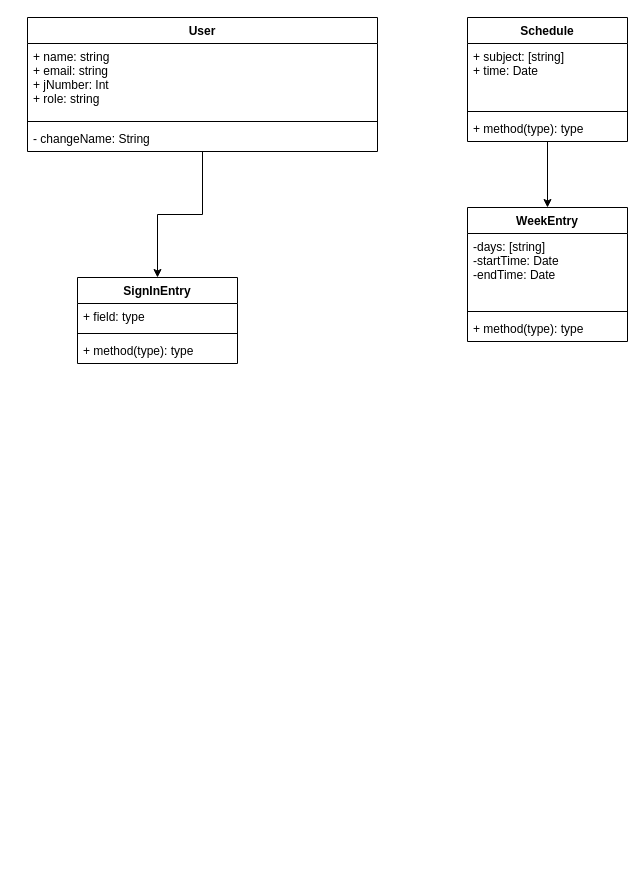
This is page "Page-1" (1 of 3) of umldiagram.drawio from dinaolmelak/Scholars-Academy-Overview, a draw.io file, before an edit. Source tidied: cells renumbered, new cells numbered last; positions are measured from the earlier drawing's top-left corner, leaving out a move shared by most shapes. Both pictures are drawn from the tidied source at 100%, with x=0, y=0 at pixel (27, 17).
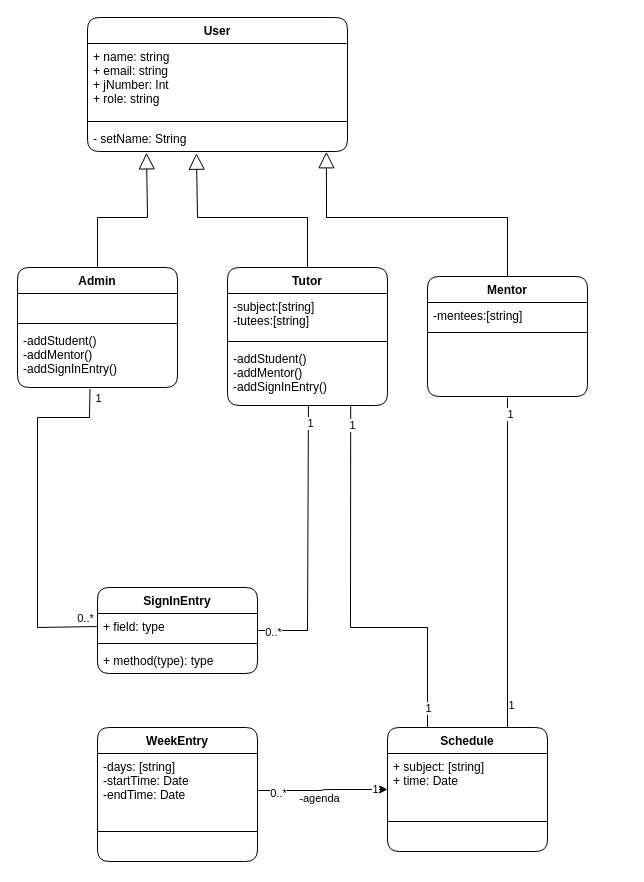
The same page after the edit.

Commit message:
edited class-diagram

Change to the diagram source:
```diff
@@
-    <mxCell id="2" style="edgeStyle=orthogonalEdgeStyle;rounded=0;jettySize=auto;html=1;entryX=0.5;entryY=0;entryDx=0;entryDy=0;" parent="1" edge="1" source="3" target="12">
-      <mxGeometry relative="1" as="geometry" />
-    </mxCell>
-    <mxCell id="3" value="User" style="swimlane;fontStyle=1;align=center;verticalAlign=top;horizontal=1;startSize=26;" parent="1" vertex="1">
-      <mxGeometry width="350" height="134" as="geometry" />
+    <mxCell id="3" value="User" style="swimlane;fontStyle=1;align=center;verticalAlign=top;horizontal=1;startSize=26;rounded=1;" parent="1" vertex="1">
+      <mxGeometry x="60" width="260" height="134" as="geometry" />
     </mxCell>
-    <mxCell id="4" value="+ name: string&#10;+ email: string&#10;+ jNumber: Int&#10;+ role: string&#10;" style="text;strokeColor=none;fillColor=none;align=left;verticalAlign=top;spacingLeft=4;spacingRight=4;overflow=hidden;" parent="3" vertex="1">
-      <mxGeometry y="26" width="350" height="74" as="geometry" />
+    <mxCell id="4" value="+ name: string&#10;+ email: string&#10;+ jNumber: Int&#10;+ role: string&#10;" style="text;strokeColor=none;fillColor=none;align=left;verticalAlign=top;spacingLeft=4;spacingRight=4;overflow=hidden;rounded=1;" parent="3" vertex="1">
+      <mxGeometry y="26" width="260" height="74" as="geometry" />
     </mxCell>
-    <mxCell id="5" style="line;strokeWidth=1;fillColor=none;align=left;verticalAlign=middle;spacingTop=-1;spacingLeft=3;spacingRight=3;labelPosition=right;" parent="3" vertex="1">
-      <mxGeometry y="100" width="350" height="8" as="geometry" />
+    <mxCell id="5" style="line;strokeWidth=1;fillColor=none;align=left;verticalAlign=middle;spacingTop=-1;spacingLeft=3;spacingRight=3;labelPosition=right;rounded=1;" parent="3" vertex="1">
+      <mxGeometry y="100" width="260" height="8" as="geometry" />
     </mxCell>
-    <mxCell id="6" value="- changeName: String" style="text;strokeColor=none;fillColor=none;align=left;verticalAlign=top;spacingLeft=4;spacingRight=4;overflow=hidden;points=[[0,0.5],[1,0.5]];portConstraint=eastwest;" parent="3" vertex="1">
-      <mxGeometry y="108" width="350" height="26" as="geometry" />
+    <mxCell id="6" value="- setName: String" style="text;strokeColor=none;fillColor=none;align=left;verticalAlign=top;spacingLeft=4;spacingRight=4;overflow=hidden;points=[[0,0.5],[1,0.5]];portConstraint=eastwest;rounded=1;" parent="3" vertex="1">
+      <mxGeometry y="108" width="260" height="26" as="geometry" />
     </mxCell>
-    <mxCell id="7" style="edgeStyle=orthogonalEdgeStyle;rounded=0;jettySize=auto;html=1;entryX=0.5;entryY=0;entryDx=0;entryDy=0;" parent="1" edge="1" source="8" target="16">
+    <mxCell id="7" style="edgeStyle=orthogonalEdgeStyle;rounded=1;jettySize=auto;html=1;entryX=1;entryY=0.5;entryDx=0;entryDy=0;endArrow=none;endFill=0;startArrow=classic;startFill=1;" parent="1" edge="1" source="8" target="17">
       <mxGeometry relative="1" as="geometry" />
     </mxCell>
+    <mxCell id="20" value="1" style="edgeLabel;html=1;align=center;verticalAlign=middle;" parent="7" vertex="1">
+      <mxGeometry x="-0.8" y="-1" relative="1" as="geometry" />
+    </mxCell>
+    <mxCell id="21" value="0..*" style="edgeLabel;html=1;align=center;verticalAlign=middle;" parent="7" vertex="1">
+      <mxGeometry x="0.69" y="2" relative="1" as="geometry" />
+    </mxCell>
+    <mxCell id="22" value="-agenda" style="edgeLabel;html=1;align=center;verticalAlign=middle;" parent="7" vertex="1">
+      <mxGeometry x="0.07" y="-2" relative="1" as="geometry">
+        <mxPoint y="9" as="offset" />
+      </mxGeometry>
+    </mxCell>
-    <mxCell id="8" value="Schedule" style="swimlane;fontStyle=1;align=center;verticalAlign=top;horizontal=1;startSize=26;" parent="1" vertex="1">
-      <mxGeometry x="440" width="160" height="124" as="geometry" />
+    <mxCell id="8" value="Schedule" style="swimlane;fontStyle=1;align=center;verticalAlign=top;horizontal=1;startSize=26;rounded=1;" parent="1" vertex="1">
+      <mxGeometry x="360" y="710" width="160" height="124" as="geometry" />
     </mxCell>
-    <mxCell id="9" value="+ subject: [string]&#10;+ time: Date&#10;" style="text;strokeColor=none;fillColor=none;align=left;verticalAlign=top;spacingLeft=4;spacingRight=4;overflow=hidden;" parent="8" vertex="1">
+    <mxCell id="9" value="+ subject: [string]&#10;+ time: Date&#10;" style="text;strokeColor=none;fillColor=none;align=left;verticalAlign=top;spacingLeft=4;spacingRight=4;overflow=hidden;rounded=1;" parent="8" vertex="1">
       <mxGeometry y="26" width="160" height="64" as="geometry" />
     </mxCell>
-    <mxCell id="10" style="line;strokeWidth=1;fillColor=none;align=left;verticalAlign=middle;spacingTop=-1;spacingLeft=3;spacingRight=3;labelPosition=right;" parent="8" vertex="1">
+    <mxCell id="10" style="line;strokeWidth=1;fillColor=none;align=left;verticalAlign=middle;spacingTop=-1;spacingLeft=3;spacingRight=3;labelPosition=right;rounded=1;" parent="8" vertex="1">
       <mxGeometry y="90" width="160" height="8" as="geometry" />
     </mxCell>
-    <mxCell id="11" value="+ method(type): type" style="text;strokeColor=none;fillColor=none;align=left;verticalAlign=top;spacingLeft=4;spacingRight=4;overflow=hidden;" parent="8" vertex="1">
+    <mxCell id="11" value=" " style="text;strokeColor=none;fillColor=none;align=left;verticalAlign=top;spacingLeft=4;spacingRight=4;overflow=hidden;rounded=1;" parent="8" vertex="1">
       <mxGeometry y="98" width="160" height="26" as="geometry" />
     </mxCell>
-    <mxCell id="12" value="SignInEntry" style="swimlane;fontStyle=1;align=center;verticalAlign=top;horizontal=1;startSize=26;" parent="1" vertex="1">
-      <mxGeometry x="50" y="260" width="160" height="86" as="geometry" />
+    <mxCell id="12" value="SignInEntry" style="swimlane;fontStyle=1;align=center;verticalAlign=top;horizontal=1;startSize=26;rounded=1;" parent="1" vertex="1">
+      <mxGeometry x="70" y="570" width="160" height="86" as="geometry" />
     </mxCell>
-    <mxCell id="13" value="+ field: type" style="text;strokeColor=none;fillColor=none;align=left;verticalAlign=top;spacingLeft=4;spacingRight=4;overflow=hidden;points=[[0,0.5],[1,0.5]];portConstraint=eastwest;" parent="12" vertex="1">
+    <mxCell id="13" value="+ field: type" style="text;strokeColor=none;fillColor=none;align=left;verticalAlign=top;spacingLeft=4;spacingRight=4;overflow=hidden;points=[[0,0.5],[1,0.5]];portConstraint=eastwest;rounded=1;" parent="12" vertex="1">
       <mxGeometry y="26" width="160" height="26" as="geometry" />
     </mxCell>
-    <mxCell id="14" style="line;strokeWidth=1;fillColor=none;align=left;verticalAlign=middle;spacingTop=-1;spacingLeft=3;spacingRight=3;labelPosition=right;" parent="12" vertex="1">
+    <mxCell id="14" style="line;strokeWidth=1;fillColor=none;align=left;verticalAlign=middle;spacingTop=-1;spacingLeft=3;spacingRight=3;labelPosition=right;rounded=1;" parent="12" vertex="1">
       <mxGeometry y="52" width="160" height="8" as="geometry" />
     </mxCell>
-    <mxCell id="15" value="+ method(type): type" style="text;strokeColor=none;fillColor=none;align=left;verticalAlign=top;spacingLeft=4;spacingRight=4;overflow=hidden;" parent="12" vertex="1">
+    <mxCell id="15" value="+ method(type): type" style="text;strokeColor=none;fillColor=none;align=left;verticalAlign=top;spacingLeft=4;spacingRight=4;overflow=hidden;rounded=1;" parent="12" vertex="1">
       <mxGeometry y="60" width="160" height="26" as="geometry" />
     </mxCell>
-    <mxCell id="16" value="WeekEntry" style="swimlane;fontStyle=1;align=center;verticalAlign=top;horizontal=1;startSize=26;" parent="1" vertex="1">
-      <mxGeometry x="440" y="190" width="160" height="134" as="geometry" />
+    <mxCell id="16" value="WeekEntry" style="swimlane;fontStyle=1;align=center;verticalAlign=top;horizontal=1;startSize=26;rounded=1;" parent="1" vertex="1">
+      <mxGeometry x="70" y="710" width="160" height="134" as="geometry" />
     </mxCell>
-    <mxCell id="17" value="-days: [string]&#10;-startTime: Date&#10;-endTime: Date" style="text;strokeColor=none;fillColor=none;align=left;verticalAlign=top;spacingLeft=4;spacingRight=4;overflow=hidden;points=[[0,0.5],[1,0.5]];portConstraint=eastwest;" parent="16" vertex="1">
+    <mxCell id="17" value="-days: [string]&#10;-startTime: Date&#10;-endTime: Date" style="text;strokeColor=none;fillColor=none;align=left;verticalAlign=top;spacingLeft=4;spacingRight=4;overflow=hidden;points=[[0,0.5],[1,0.5]];portConstraint=eastwest;rounded=1;" parent="16" vertex="1">
       <mxGeometry y="26" width="160" height="74" as="geometry" />
     </mxCell>
-    <mxCell id="18" style="line;strokeWidth=1;fillColor=none;align=left;verticalAlign=middle;spacingTop=-1;spacingLeft=3;spacingRight=3;labelPosition=right;" parent="16" vertex="1">
+    <mxCell id="18" style="line;strokeWidth=1;fillColor=none;align=left;verticalAlign=middle;spacingTop=-1;spacingLeft=3;spacingRight=3;labelPosition=right;rounded=1;" parent="16" vertex="1">
       <mxGeometry y="100" width="160" height="8" as="geometry" />
     </mxCell>
-    <mxCell id="19" value="+ method(type): type" style="text;strokeColor=none;fillColor=none;align=left;verticalAlign=top;spacingLeft=4;spacingRight=4;overflow=hidden;" parent="16" vertex="1">
+    <mxCell id="19" value=" " style="text;strokeColor=none;fillColor=none;align=left;verticalAlign=top;spacingLeft=4;spacingRight=4;overflow=hidden;rounded=1;" parent="16" vertex="1">
       <mxGeometry y="108" width="160" height="26" as="geometry" />
     </mxCell>
+    <mxCell id="23" style="edgeStyle=none;rounded=0;jettySize=auto;html=1;exitX=0.5;exitY=0;exitDx=0;exitDy=0;endArrow=block;startSize=14;endSize=14;sourcePerimeterSpacing=8;targetPerimeterSpacing=8;endFill=0;entryX=0.227;entryY=1.052;entryDx=0;entryDy=0;entryPerimeter=0;" parent="1" edge="1" source="24" target="6">
+      <mxGeometry relative="1" as="geometry">
+        <Array as="points">
+          <mxPoint x="70" y="200" />
+          <mxPoint x="120" y="200" />
+        </Array>
+      </mxGeometry>
+    </mxCell>
+    <mxCell id="24" value="Admin" style="swimlane;fontStyle=1;align=center;verticalAlign=top;horizontal=1;startSize=26;rounded=1;hachureGap=4;" parent="1" vertex="1">
+      <mxGeometry x="-10" y="250" width="160" height="120" as="geometry" />
+    </mxCell>
+    <mxCell id="25" value=" " style="text;strokeColor=none;fillColor=none;align=left;verticalAlign=top;spacingLeft=4;spacingRight=4;overflow=hidden;rounded=1;hachureGap=4;" parent="24" vertex="1">
+      <mxGeometry y="26" width="160" height="26" as="geometry" />
+    </mxCell>
+    <mxCell id="26" style="line;strokeWidth=1;fillColor=none;align=left;verticalAlign=middle;spacingTop=-1;spacingLeft=3;spacingRight=3;labelPosition=right;rounded=1;hachureGap=4;" parent="24" vertex="1">
+      <mxGeometry y="52" width="160" height="8" as="geometry" />
+    </mxCell>
+    <mxCell id="27" value="-addStudent()&#10;-addMentor()&#10;-addSignInEntry()" style="text;strokeColor=none;fillColor=none;align=left;verticalAlign=top;spacingLeft=4;spacingRight=4;overflow=hidden;points=[[0,0.5],[1,0.5]];portConstraint=eastwest;rounded=1;hachureGap=4;" parent="24" vertex="1">
+      <mxGeometry y="60" width="160" height="60" as="geometry" />
+    </mxCell>
+    <mxCell id="28" style="edgeStyle=none;rounded=0;jettySize=auto;html=1;endArrow=block;endFill=0;startSize=14;endSize=14;sourcePerimeterSpacing=8;targetPerimeterSpacing=8;entryX=0.919;entryY=1.011;entryDx=0;entryDy=0;entryPerimeter=0;exitX=0.5;exitY=0;exitDx=0;exitDy=0;" parent="1" edge="1" source="29" target="6">
+      <mxGeometry relative="1" as="geometry">
+        <Array as="points">
+          <mxPoint x="480" y="200" />
+          <mxPoint x="299" y="200" />
+        </Array>
+      </mxGeometry>
+    </mxCell>
+    <mxCell id="29" value="Mentor" style="swimlane;fontStyle=1;align=center;verticalAlign=top;horizontal=1;startSize=26;rounded=1;hachureGap=4;" parent="1" vertex="1">
+      <mxGeometry x="400" y="259" width="160" height="120" as="geometry" />
+    </mxCell>
+    <mxCell id="30" value="-mentees:[string]" style="text;strokeColor=none;fillColor=none;align=left;verticalAlign=top;spacingLeft=4;spacingRight=4;overflow=hidden;rounded=1;hachureGap=4;" parent="29" vertex="1">
+      <mxGeometry y="26" width="160" height="26" as="geometry" />
+    </mxCell>
+    <mxCell id="31" style="line;strokeWidth=1;fillColor=none;align=left;verticalAlign=middle;spacingTop=-1;spacingLeft=3;spacingRight=3;labelPosition=right;rounded=1;hachureGap=4;" parent="29" vertex="1">
+      <mxGeometry y="52" width="160" height="8" as="geometry" />
+    </mxCell>
+    <mxCell id="32" value=" " style="text;strokeColor=none;fillColor=none;align=left;verticalAlign=top;spacingLeft=4;spacingRight=4;overflow=hidden;rounded=1;hachureGap=4;" parent="29" vertex="1">
+      <mxGeometry y="60" width="160" height="60" as="geometry" />
+    </mxCell>
+    <mxCell id="33" style="edgeStyle=none;rounded=0;jettySize=auto;html=1;entryX=0.419;entryY=1.066;entryDx=0;entryDy=0;entryPerimeter=0;endArrow=block;endFill=0;startSize=14;endSize=14;sourcePerimeterSpacing=8;targetPerimeterSpacing=8;exitX=0.5;exitY=0;exitDx=0;exitDy=0;" parent="1" edge="1" source="37" target="6">
+      <mxGeometry relative="1" as="geometry">
+        <Array as="points">
+          <mxPoint x="280" y="200" />
+          <mxPoint x="170" y="200" />
+        </Array>
+      </mxGeometry>
+    </mxCell>
+    <mxCell id="34" style="edgeStyle=none;rounded=0;jettySize=auto;html=1;entryX=1;entryY=0.5;entryDx=0;entryDy=0;endArrow=none;endFill=0;startSize=14;endSize=14;sourcePerimeterSpacing=8;targetPerimeterSpacing=8;exitX=0.506;exitY=0.993;exitDx=0;exitDy=0;exitPerimeter=0;" parent="1" edge="1" source="40" target="12">
+      <mxGeometry relative="1" as="geometry">
+        <Array as="points">
+          <mxPoint x="280" y="613" />
+        </Array>
+      </mxGeometry>
+    </mxCell>
+    <mxCell id="35" value="1" style="edgeLabel;html=1;align=center;verticalAlign=middle;" parent="34" vertex="1">
+      <mxGeometry x="-0.87" y="2" relative="1" as="geometry" />
+    </mxCell>
+    <mxCell id="36" value="0..*" style="edgeLabel;html=1;align=center;verticalAlign=middle;" parent="34" vertex="1">
+      <mxGeometry x="0.89" y="1" relative="1" as="geometry" />
+    </mxCell>
+    <mxCell id="37" value="Tutor" style="swimlane;fontStyle=1;align=center;verticalAlign=top;horizontal=1;startSize=26;rounded=1;hachureGap=4;" parent="1" vertex="1">
+      <mxGeometry x="200" y="250" width="160" height="138" as="geometry" />
+    </mxCell>
+    <mxCell id="38" value="-subject:[string]&#10;-tutees:[string]" style="text;strokeColor=none;fillColor=none;align=left;verticalAlign=top;spacingLeft=4;spacingRight=4;overflow=hidden;rounded=1;hachureGap=4;" parent="37" vertex="1">
+      <mxGeometry y="26" width="160" height="44" as="geometry" />
+    </mxCell>
+    <mxCell id="39" style="line;strokeWidth=1;fillColor=none;align=left;verticalAlign=middle;spacingTop=-1;spacingLeft=3;spacingRight=3;labelPosition=right;rounded=1;hachureGap=4;" parent="37" vertex="1">
+      <mxGeometry y="70" width="160" height="8" as="geometry" />
+    </mxCell>
+    <mxCell id="40" value="-addStudent()&#10;-addMentor()&#10;-addSignInEntry()" style="text;strokeColor=none;fillColor=none;align=left;verticalAlign=top;spacingLeft=4;spacingRight=4;overflow=hidden;points=[[0,0.5],[1,0.5]];portConstraint=eastwest;rounded=1;hachureGap=4;" parent="37" vertex="1">
+      <mxGeometry y="78" width="160" height="60" as="geometry" />
+    </mxCell>
+    <mxCell id="41" style="edgeStyle=none;rounded=0;jettySize=auto;html=1;entryX=0.453;entryY=1.024;entryDx=0;entryDy=0;entryPerimeter=0;endArrow=none;endFill=0;startSize=14;endSize=14;sourcePerimeterSpacing=8;targetPerimeterSpacing=8;align=center;exitX=0;exitY=0.5;exitDx=0;exitDy=0;" parent="1" edge="1" source="13" target="27">
+      <mxGeometry relative="1" as="geometry">
+        <Array as="points">
+          <mxPoint x="10" y="610" />
+          <mxPoint x="10" y="400" />
+          <mxPoint x="62" y="400" />
+        </Array>
+      </mxGeometry>
+    </mxCell>
+    <mxCell id="42" value="1" style="edgeLabel;html=1;align=center;verticalAlign=middle;" parent="41" vertex="1">
+      <mxGeometry x="0.94" relative="1" as="geometry">
+        <mxPoint x="8" y="-2" as="offset" />
+      </mxGeometry>
+    </mxCell>
+    <mxCell id="43" value="0..*" style="edgeLabel;html=1;align=center;verticalAlign=middle;" parent="41" vertex="1">
+      <mxGeometry x="-0.93" y="-1" relative="1" as="geometry">
+        <mxPoint y="-8" as="offset" />
+      </mxGeometry>
+    </mxCell>
+    <mxCell id="44" style="edgeStyle=none;rounded=0;jettySize=auto;html=1;entryX=0.75;entryY=0;entryDx=0;entryDy=0;endArrow=none;endFill=0;startSize=14;endSize=14;sourcePerimeterSpacing=8;targetPerimeterSpacing=8;" parent="1" edge="1" target="8">
+      <mxGeometry relative="1" as="geometry">
+        <mxPoint x="480" y="380" as="sourcePoint" />
+      </mxGeometry>
+    </mxCell>
+    <mxCell id="45" value="1" style="edgeLabel;html=1;align=center;verticalAlign=middle;" parent="44" vertex="1">
+      <mxGeometry x="-0.9" y="2" relative="1" as="geometry" />
+    </mxCell>
+    <mxCell id="46" value="1" style="edgeLabel;html=1;align=center;verticalAlign=middle;" parent="44" vertex="1">
+      <mxGeometry x="0.86" y="3" relative="1" as="geometry" />
+    </mxCell>
+    <mxCell id="47" style="edgeStyle=none;rounded=0;jettySize=auto;html=1;entryX=0.25;entryY=0;entryDx=0;entryDy=0;endArrow=none;endFill=0;startSize=14;endSize=14;sourcePerimeterSpacing=8;targetPerimeterSpacing=8;exitX=0.77;exitY=0.986;exitDx=0;exitDy=0;exitPerimeter=0;" parent="1" edge="1" source="40" target="8">
+      <mxGeometry relative="1" as="geometry">
+        <Array as="points">
+          <mxPoint x="323" y="610" />
+          <mxPoint x="400" y="610" />
+        </Array>
+      </mxGeometry>
+    </mxCell>
+    <mxCell id="48" value="1" style="edgeLabel;html=1;align=center;verticalAlign=middle;" parent="47" vertex="1">
+      <mxGeometry x="-0.9" y="1" relative="1" as="geometry" />
+    </mxCell>
+    <mxCell id="49" value="1" style="edgeLabel;html=1;align=center;verticalAlign=middle;" parent="47" vertex="1">
+      <mxGeometry x="0.9" relative="1" as="geometry" />
+    </mxCell>
```
